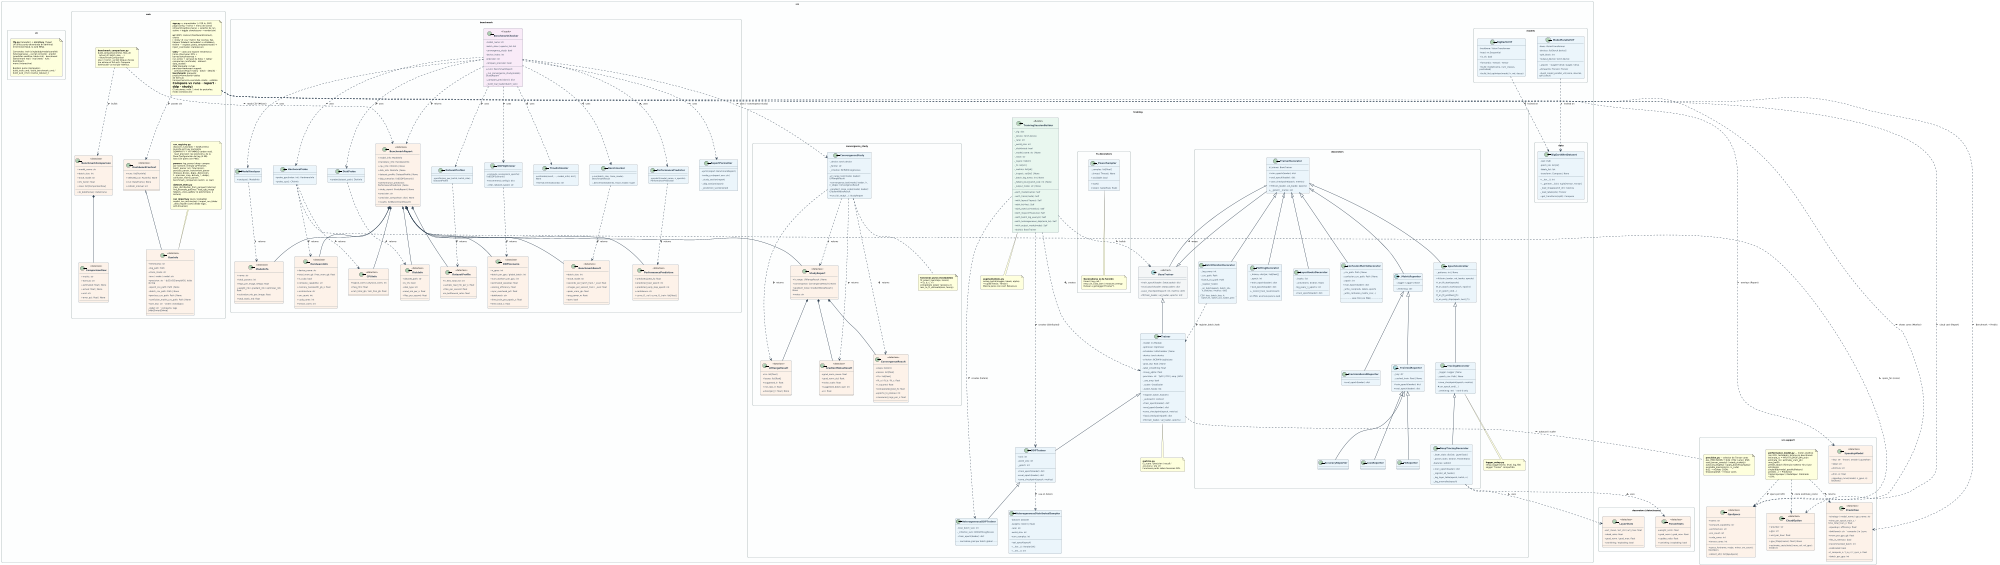
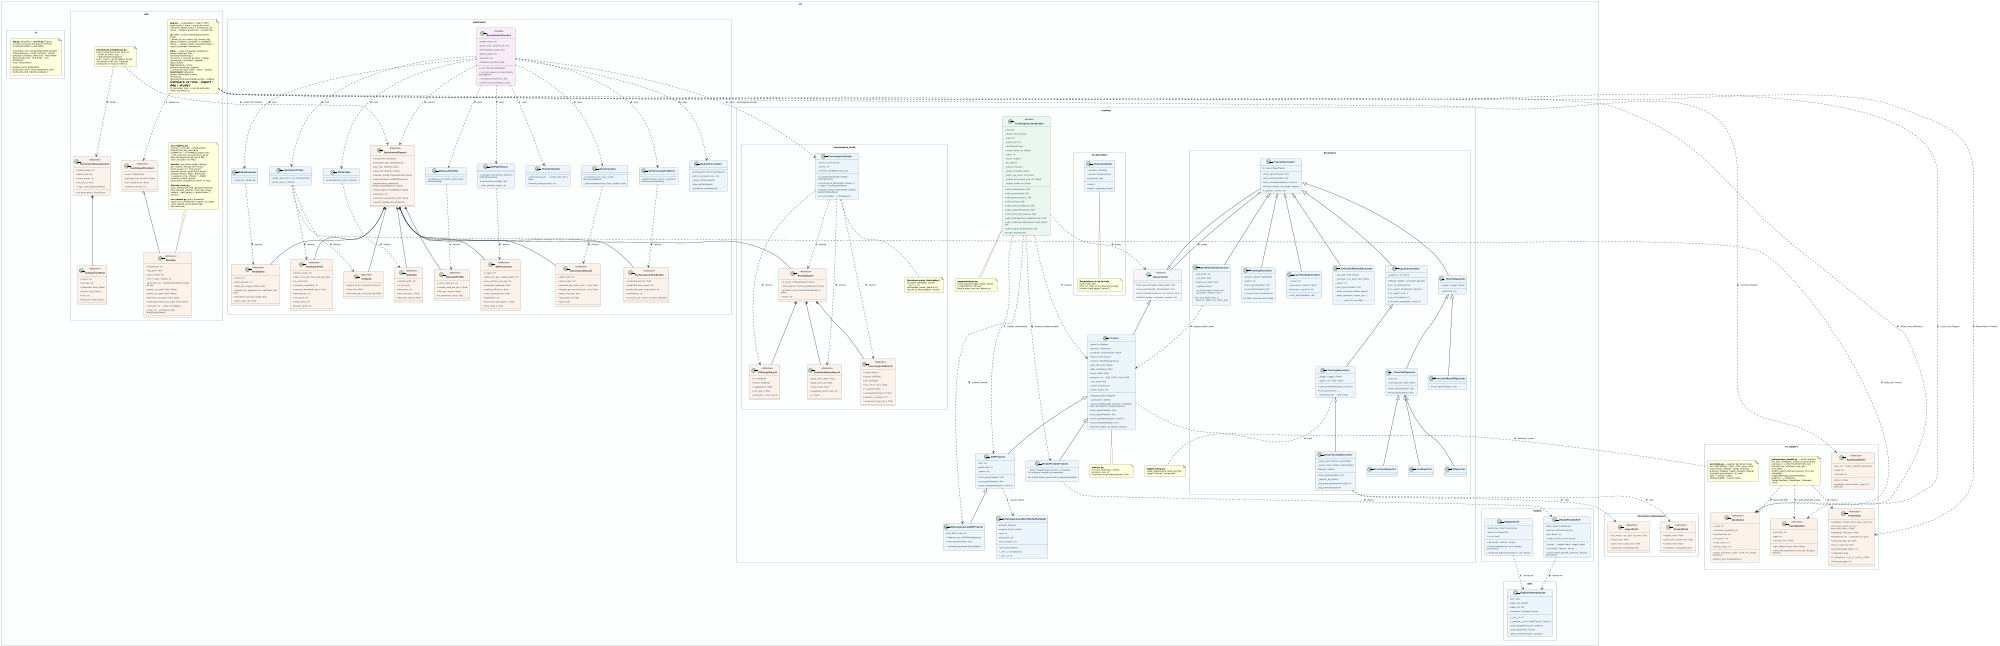
@startuml class_diagram
scale 2000 width
skinparam backgroundColor #FFFFFF
skinparam monochrome false
skinparam classAttributeIconSize 0
skinparam defaultFontName "DejaVu Sans"
skinparam defaultFontSize 9
skinparam classFontStyle bold
skinparam classFontSize 10
skinparam classHeaderBackgroundColor #1A5276
skinparam classBorderColor #2C3E50
skinparam classBackgroundColor #EBF5FB
skinparam arrowColor #2C3E50
skinparam arrowThickness 1.5
skinparam roundCorner 8
skinparam padding 4
skinparam nodesep 50
skinparam ranksep 55
skinparam wrapWidth 200
skinparam packageStyle rectangle
skinparam packageBorderColor #95A5A6
skinparam packageBackgroundColor #FDFEFE

' ════════════════════════════════════════════════════════════════
' PACKAGE: src.training
' ════════════════════════════════════════════════════════════════
package "src.training" #FDFEFE {

  abstract class BaseTrainer <<abstract>> {
    {abstract} + train_epoch(loader: DataLoader): dict
    {abstract} + eval_epoch(loader: DataLoader): dict
    {abstract} + save_checkpoint(epoch: int, metrics: dict)
    {abstract} + fit(train_loader, val_loader, epochs: int)
  }

  class Trainer {
    - model: nn.Module
    - optimizer: Optimizer
    - scheduler: LRScheduler | None
    - device: torch.device
    - criterion: BCEWithLogitsLoss
    - grad_clip: float | None
    - label_smoothing: float
    - mixup_alpha: float
    - precision: str  ' fp32 | tf32 | amp | bf16
    - _use_amp: bool
    - _scaler: GradScaler
    - _batch_hooks: list
    + register_batch_hook(fn)
    - _autocast(): context
+     - _place_model(model, device): nn.Module  ' hook: por defecto model.to(device)
    + train_epoch(loader): dict
    + eval_epoch(loader): dict
    + save_checkpoint(epoch, metrics)
    + load_checkpoint(path): dict
    + fit(train_loader, val_loader, epochs)
  }

  class DDPTrainer {
    - rank: int
    - world_size: int
    - _epoch: int
    ' precision reenviada a Trainer
    + train_epoch(loader): dict
    + eval_epoch(loader): dict
    + save_checkpoint(epoch, metrics)
  }

  class HeterogeneousDDPTrainer {
    - local_batch_size: int
    - _criterion_sum: BCEWithLogitsLoss
    + train_epoch(loader): dict
    .. normaliza grad por batch global ..
+   }
+ 
+   class ModelParallelTrainer {
+     ' modelo ya repartido entre GPUs (ModelParallelViT)
+     - _place_model(model, device): nn.Module  ' no mueve el modelo (ya repartido)
+     .. usa model.output_device para etiquetas/pérdida ..
  }

  class TrainingSessionBuilder <<Builder>> {
    - _cfg: dict
    - _device: torch.device
    - _rank: int
    - _world_size: int
    - _distributed: bool
    - _model_name: str | None
    - _trace: str
    - _layers: list[str]
    - _fn: list[str]
    - _metrics: list[str]
    - _inspect: set[str] | None
    - _batch_log_every: int | None
    - _hetero_local_batch_size: int | None
    - _output_mode: str | None
    + with_model(name): Self
    + with_trace(mode): Self
    + with_layers(*layers): Self
    + with_fn(*fns): Self
    + with_metrics(*metrics): Self
    + with_inspect(*features): Self
    + with_batch_log_every(n): Self
    + with_heterogeneous_ddp(local_bs): Self
+     + with_model_parallel(devices, split_block): Self
    + with_output_mode(mode): Self
    + build(): BaseTrainer
  }

  class HeterogeneousDistributedSampler {
    - dataset: Dataset
    - weights: list[int | float]
    - rank: int
    - world_size: int
    - num_samples: int
    + set_epoch(epoch)
    + __iter__(): Iterator[int]
    + __len__(): int
  }

  note as aug_note
    **augmentations.py**
    mixup_batch(images, labels, alpha)
    → tuple[Tensor, Tensor]
    Mezcla pares con coef. Beta(α,α).
  end note

  note as metrics_note
    **metrics.py**
    f1_score / precision / recall /
    accuracy / eta_str
    Funciones puras sobre tensores GPU.
  end note

  note as logger_note
    **logger_setup.py**
    setup_logger(name, level, log_file)
    Logger "trainer" compartido.
  end note

}

' ════════════════════════════════════════════════════════════════
' PACKAGE: src.training.convergence_study  (estudio empírico v4)
' ════════════════════════════════════════════════════════════════
package "src.training.convergence_study" #FDFEFE {

  class ConvergenceStudy {
    - _device: torch.device
    - _family: str
    - _criterion: BCEWithLogitsLoss
    + lr_range_test(model, loader): LRRangeResult
    + convergence_test(model, loader, lr, n_steps): ConvergenceResult
    + gradient_noise_scale(model, loader): GradientNoiseResult
    + run_full_study(...): StudyReport
  }

  class LRRangeResult <<dataclass>> {
    + lrs: list[float]
    + losses: list[float]
    + suggested_lr: float
    + min_loss_lr: float
    + diverged_lr: float | None
  }

  class ConvergenceResult <<dataclass>> {
    + steps: list[int]
    + losses: list[float]
    + f1s: list[float]
    + fit_a / fit_b / fit_c: float
    + r_squared: float
    + extrapolated_best_f1: float
    + epochs_to_plateau: int
    + measured_imgs_per_s: float
  }

  class GradientNoiseResult <<dataclass>> {
    + grad_norm_mean: float
    + grad_norm_std: float
    + noise_scale: float
    + suggested_batch_size: int
    + cv: float
  }

  class StudyReport <<dataclass>> {
    + lr_range: LRRangeResult | None
    + convergence: ConvergenceResult | None
    + gradient_noise: GradientNoiseResult | None
    + notes: str
  }

  note as fit_note
    **funciones puras (testeables)**
    fit_power_law(steps, losses)
    → (a, b, c, r²)
    extrapolate_power_law(a,b,c,t)
    loss_to_f1_estimate(loss, family)
  end note

}

' ════════════════════════════════════════════════════════════════
' PACKAGE: src.training.decorators
' ════════════════════════════════════════════════════════════════
package "src.training.decorators" #FDFEFE {

  class TrainerDecorator {
    # _trainer: BaseTrainer
    + train_epoch(loader): dict
    + eval_epoch(loader): dict
    + save_checkpoint(epoch, metrics)
    + fit(train_loader, val_loader, epochs)
    + __getattr__(name: str)
  }

  class EpochController {
    - _patience: int | None
    + fit(train_loader, val_loader, epochs)
    # _on_fit_start(epochs)
    # _on_epoch_start(epoch, epochs)
    # _on_epoch_end(...)
    # _on_fit_end(best_f1)
    # _on_early_stop(epoch, best_f1)
  }

  class TracingDecorator {
    - _logger: Logger | None
    - _epoch_csv: Path | None
    + save_checkpoint(epoch, metrics)
    # _on_epoch_end(...)
    - _emit(msg: str)  ' rank 0 only
  }

  class DeepTracingDecorator {
    - _layer_stats: dict[str, LayerStats]
    - _param_stats: dict[str, ParamStats]
    - features: set[str]
    + train_epoch(loader): dict
    - _register_all_hooks()
    - _log_layer_table(epoch, batch, n)
    - _log_anomalies(epoch)
  }

  class PlottingDecorator {
    - _history: dict[str, list[float]]
    - _epoch: int
    + train_epoch(loader): dict
    + eval_epoch(loader): dict
    + _record_train_result(result)
    .. sin PNG: acumula para la web ..
  }

  class LayerHooksDecorator {
    - _hooks: list
    - _activations: dict[str, float]
    - log_every_n_epochs: int
    + train_epoch(loader): dict
  }

  class ConfusionMatrixDecorator {
    - _csv_path: Path | None
    - _confusion_csv_path: Path | None
    - _epoch: int
    + eval_epoch(loader): dict
    - _write_csv(preds, labels, epoch)
    - _write_confusion_matrix_csv(...)
    .. solo CSV (sin PNG) ..
  }

  class BatchMonitorDecorator {
    - _log_every: int
    - _csv_path: Path
    + batch_csv_path: Path
    - _register_hook()
    - _on_batch(epoch, batch_idx,\n  n_batches, metrics: dict)
    .. CSV: loss, batch_loss, lr,\n  batch_f1, batch_acc, batch_prec ..
  }

  abstract class _MetricReporter {
    - _logger: Logger | None
    - _emit(msg: str)
  }

  abstract class _TrainValReporter {
    - _key: str
    - _cached_train: float | None
    + train_epoch(loader): dict
    + eval_epoch(loader): dict
  }

  class LossReporter
  class F1Reporter
  class AccuracyReporter
  class PrecisionRecallReporter {
    + eval_epoch(loader): dict
  }

}

' ════════════════════════════════════════════════════════════════
' PACKAGE: src.training.decorators — dataclasses internas
' ════════════════════════════════════════════════════════════════
package "decorators (dataclasses)" #FDFEFE {

  class LayerStats <<dataclass>> {
    + act_mean / act_std / act_max: float
    + dead_ratio: float
    + grad_norm / grad_max: float
    + vanishing / exploding: bool
  }

  class ParamStats <<dataclass>> {
    + weight_norm: float
    + grad_norm / grad_max: float
    + update_ratio: float
    + vanishing / exploding: bool
  }

}

' ════════════════════════════════════════════════════════════════
' PACKAGE: src.training.fn_decorators
' ════════════════════════════════════════════════════════════════
package "src.training.fn_decorators" #FDFEFE {

  class _PowerSampler {
    - _samples: list[float]
    - _thread: Thread | None
    + available: bool
    + start()
    + stop(): tuple[float, float]
  }

  note as fn_note
    **Decoradores @ de función**
    timed / log_call /
    retry_on_cuda_oom / measure_energy
    Rutean a getLogger("trainer").
  end note

  _PowerSampler .. fn_note

}

' ════════════════════════════════════════════════════════════════
' PACKAGE: src.models / src.data
' ════════════════════════════════════════════════════════════════
package "src.models" #FDFEFE {
  class BigEarthViT {
    - backbone: VisionTransformer
    - head: nn.Sequential
    + is_vit: bool
    + forward(x: Tensor): Tensor
    + build_model(name, num_classes, pretrained)
    + build_llrd_optimizer(model, lr, wd, decay)
  }

  class ModelParallelViT {
    ' paralelismo de modelo (pipeline naive)
    - base: VisionTransformer
    - devices: list[torch.device]
    - split_block: int
    + output_device: torch.device
    - _place()  ' stage0→dev0, stage1→dev1
    + forward(x: Tensor): Tensor
    + build_model_parallel_vit(name, devices, split_block)
  }
}

' ════════════════════════════════════════════════════════════════
' PACKAGE: src (módulos de soporte — benchmark/web)
' ════════════════════════════════════════════════════════════════
package "src.support" as support #FDFEFE {

  class GpuSpecs <<dataclass>> {
    + name: str
    + compute_capability: str
    + architecture: str
    + sm_count: int
    + cuda_cores: int
    + tensor_cores: int
    + specs_for(name, major, minor, sm_count): GpuSpecs
    + detect_all(): list[GpuSpecs]
  }

  class SpeedupModel <<dataclass>> {
    + key: str  ' linear | amdahl | gustafson
    + label: str
    + formula: str
    + fn(n, s): float
    + speedup_curve(model, n_gpus, s): list[float]
  }

  class CloudOption <<dataclass>> {
    + provider: str
    + gpu: str
    + usd_per_hour: float
    + gpu_tflops(name): float | None
    + estimate_costs(total_hours_ref, ref_gpu): list[dict]
  }

  class Prediction <<dataclass>> {
    ' src.performance_model — predictor analítico
    + strategy / model_name / gpu_name: str
    + time_per_epoch_train_s / time_total_train_s: float
    + speedup / efficiency: float
    + bottleneck: str  ' compute | io | sync
    + vram_per_gpu_gb: float
    + fits_in_memory: bool
    + recommended_batch: int
    + calibrated: bool
    + t_compute_s / t_io_s / t_sync_s: float
    + batch_per_gpu: int
  }

  note as perfmodel_note
    **performance_model.py** — motor analítico
    (sin GPU, testeable). Estima sin benchmark:
    estimate_rc = MFU·TFLOPS/FLOPs_train
    estimate_rio / estimate_vram_gb / max_batch
    predict_epoch (fórmula maestra T(n,π) por
    estrategia: single/ddp/model_parallel/hetero)
    predict(...) → Prediction
    Tablas GpuSpec / ModelSpec. Calibrado <10%.
  end note

  note as precision_note
    **precision.py** — selector de Tensor cores
    ALL_PRECISIONS = fp32 | tf32 | amp | bf16
    uses_tensor_cores(p) / needs_scaler(p)
    autocast_dtype(p) / apply_backend_flags(p)
    available_precisions(cc, is_cuda)
    fp32 → núcleos CUDA;
    tf32/amp/bf16 → Tensor cores
  end note
}

package "src.data" #FDFEFE {
  class BigEarthNetDataset {
    - root: Path
    - patch_ids: list[str]
    - labels_list: list
    - transform: Compose | None
    + __len__(): int
    + __getitem__(idx): tuple[Tensor, Tensor]
    - _load_image(patch_dir): ndarray
    - _load_labels(idx): Tensor
    + get_transforms(split): Compose
  }
}

' ════════════════════════════════════════════════════════════════
' PACKAGE: src.benchmark (SRP package; scripts/benchmark.py is now a thin CLI)
' ════════════════════════════════════════════════════════════════
package "src.benchmark" #FDFEFE {

  class ModelInfo <<dataclass>> {
    + name: str
    + total_params: int
    + flops_per_image_mflops: float
    + weight_mb / gradient_mb / optimizer_mb: float
    + activation_mb_per_image: float
    + total_static_mb: float
  }

  class HardwareInfo <<dataclass>> {
    + device_name: str
    + total_vram_gb / free_vram_gb: float
    + is_cuda: bool
    + compute_capability: str
    + memory_bandwidth_gb_s: float
    + architecture: str
    + sm_count: int
    + cuda_cores: int
    + tensor_cores: int
  }

  class CPUInfo <<dataclass>> {
    + logical_cores / physical_cores: int
    + freq_mhz: float
    + ram_total_gb / ram_free_gb: float
  }

  class DiskInfo <<dataclass>> {
    + dataset_path: str
    + is_nfs: bool
    + disk_type: str
    + read_mb_per_s: float
    + files_per_second: float
  }

  class DatasetProfile <<dataclass>> {
    + n_files_total_est: int
    + sample_read_mb_per_s: float
    + files_per_second: float
    + io_bottleneck_ratio: float
  }

  class DDPScenario <<dataclass>> {
    + n_gpus: int
    + batch_per_gpu / global_batch: int
    + num_workers_per_gpu: int
    + estimated_speedup: float
    + scaling_efficiency: float
    + sync_overhead_pct: float
    + bottleneck: str
    + time_train_per_epoch_s: float
    + time_total_s: float
  }

  class PerformancePrediction <<dataclass>> {
    + predicted_best_f1: float
    + predicted_best_epoch: int
    + predicted_early_stop_epoch: int
    + confidence: str
    + curve_f1_val / curve_f1_train: list[float]
  }

  class BenchmarkResult <<dataclass>> {
    + batch_size: int
    + trace_mode: str
    + seconds_per_batch_train / _eval: float
    + images_per_second_train / _eval: float
    + peak_vram_gb: float
    + avg_power_w: float
    + oom: bool
  }

  class BenchmarkReport <<dataclass>> {
    + model_info: ModelInfo
    + hardware_info: HardwareInfo
    + cpu_info: CPUInfo | None
    + disk_info: DiskInfo | None
    + dataset_profile: DatasetProfile | None
    + ddp_scenarios: list[DDPScenario]
    + performance_prediction: PerformancePrediction | None
    + study_report: StudyReport | None
    + precision: str
    + precision_comparison: dict | None
    + results: list[BenchmarkResult]
  }

  class ModelAnalyzer {
    + analyze(): ModelInfo
  }
  class HardwareProbe {
    + probe_gpu(index: int): HardwareInfo
    + probe_cpu(): CPUInfo
  }
  class DiskProbe {
    + probe(dataset_path): DiskInfo
  }
  class DatasetProfiler {
    + profile(sec_per_batch, batch_size): DatasetProfile
  }
  class Benchmarker {
    + run(batch_size, trace_mode): BenchmarkResult
    - _benchmark(batches, trace_mode): tuple
  }
  class TimeEstimator {
    + estimate(result, ..., model_info): dict | None
    + format_time(seconds): str
  }
  class DDPOptimizer {
    + compute_scenarios(n_epochs): list[DDPScenario]
    + recommend_config(): dict
    - _infer_network_type(): str
  }
  class PerformancePredictor {
    + predict(model_name, n_epochs): PerformancePrediction
  }
  class ReportFormatter {
    + print(report: BenchmarkReport)
    + write_csv(report, env: str)
    - _study_section(report)
    - _ddp_section(report)
    - _prediction_section(pred)
  }
  class BenchmarkChecker <<Facade>> {
    - model_name: str
    - batch_sizes / epochs_list: list
    - convergence_study: bool
    - device_index: int
    - precision: str
    - compare_precision: bool
    + run(): BenchmarkReport
    - _run_convergence_study(model): StudyReport
    - _compare_precisions(): dict
    - _build_real_loader(batch_size)
  }

}

' ════════════════════════════════════════════════════════════════
' PACKAGE: src.web
' ════════════════════════════════════════════════════════════════
package "src.web" #FDFEFE {

  class RunInfo <<dataclass>> {
    + timestamp: str
    + log_path: Path
    + trace_mode: str
    + env / mode / model: str
    + precision: str  ' fp32/tf32/amp/bf16, leída del log
    + epoch_csv_path: Path | None
    + batch_csv_path: Path | None
    + perclass_csv_path: Path | None
    + confusion_matrix_csv_path: Path | None
    + sort_key: str  ' orden cronológico
    + label: str  ' compacto, tags [ddp]/[amp]/[deep]
  }

  class BenchmarkComparison <<dataclass>> {
    + model_name: str
    + batch_size: int
    + trace_mode: str
    + nfs_factor: float
    + rows: list[ComparisonRow]
    + to_dataframe(): DataFrame
  }

  class ComparisonRow <<dataclass>> {
    + metric: str
    + formula: str
    + estimated: float | None
    + actual: float | None
    + unit: str
    + error_pct: float | None
  }

  note as cmp_note
    **benchmark_comparison.py**
    build_comparison(meta, feas_df,
      actual_df, batch_size, ...)
    → BenchmarkComparison
    Usa n_train/n_val del bloque #sizes
    (no asume el full set). Compara
    estimación vs real por métrica.
  end note

  class DashboardContext <<dataclass>> {
    ' src.web.ui.context — estado compartido (ctx)
    + runs: list[RunInfo]
    + selected_run: RunInfo | None
    + run: DataFrame | None
    + refresh_interval: int
  }

  note as web_note
    **run_registry.py**
    discover_runs(root) → list[RunInfo]
    RunInfo.sort_key normaliza
    DDMMYYYY → YYYYMMDD (orden real).
    _read_precision: lee precision= de la
    línea Configuración del log (4 KB).
    Solo CSV paths (sin PNG).

    **parsers**: log_parser (deep: campos
    por nombre; energía \w*Trainer),
    batch_parser (v3: f1/acc/prec),
    perclass_parser, benchmark_parser
    (bloques #sizes, #gpu, #precision,
    #precision_cmp, #study_*, #ddp),
    confusion_matrix_parser,
    benchmark_comparison (estim. vs real)

    **dataset_stats.py**
    class_distribution_from_parquet (ndarray)
    find_example_patches / load_rgb_image
    helpers._class_gallery (1 patch/clase, 1 lectura)

    **run_import.py** (puro, testeable)
    import_run_archive(zip) / import_run_folder
    _dest_relpath (corta desde logs/, anti-traversal)
  end note

  note as web_arch_note
    **app.py** — orquestador (~220 ln, SRP)
    page config + tema + menú de iconos
    (streamlit-option-menu) + selector de run
    activo + toggle claro/oscuro → render(ctx)

    **ui/** (SRP): context (DashboardContext),
    charts (_show/_dl_csv/_metric_fig/_overlay_fig),
    helpers (loaders cacheados + utilidades),
    theme — register_plotly_template(mode) +
    inject_css(mode): claro/oscuro

    **tabs/** — cada uno expone render(ctx):
    home (Overview: KPIs + barras/tarta/treemap +
    run activo + carrusel de fotos + tabla) ·
    comparison (unificado) · dataset · data_models ·
    **run/** (paquete: curves · perclass=heatmap+support
    · confusions=top+matriz · batch · details) ·
    **benchmark/** (paquete: predict=formulario+tablas
    de fórmula tiempo/memoria+escalado+coste · validate
    =Compare vs runs · report · ddp · study)
    (5 secciones, máx. 1 nivel de pestañas; modo claro/oscuro)
  end note

}

' ════════════════════════════════════════════════════════════════
' PACKAGE: src.cli (CLI unificado tipo `tfg <comando>`)
' ════════════════════════════════════════════════════════════════
package "src.cli" #FDFEFE {
  note as cli_note
    **tfg.py** (lanzador) + **src/cli.py** (Typer)
    Un único punto de entrada en terminal:
    el terminal HACE, la web MIRA.

    Comandos: train (single/ddp/model-parallel/
    heterogeneous → script correcto) · predict
    (predictor analítico, tabla rich) · benchmark
    (benchmark real) · eval (test) · runs · dashboard ·
    menu (interactivo)

    Builders puros (testeados):
    build_train_cmd / build_benchmark_cmd /
    build_eval_cmd / resolve_dataset_n
  end note
}

' ════════════════════════════════════════════════════════════════
' RELACIONES DE HERENCIA
' ════════════════════════════════════════════════════════════════

BaseTrainer <|-- Trainer
Trainer <|-- DDPTrainer
DDPTrainer <|-- HeterogeneousDDPTrainer
+ Trainer <|-- ModelParallelTrainer
BaseTrainer <|-- TrainerDecorator

TrainerDecorator <|-- EpochController
TrainerDecorator <|-- PlottingDecorator
TrainerDecorator <|-- LayerHooksDecorator
TrainerDecorator <|-- ConfusionMatrixDecorator
TrainerDecorator <|-- BatchMonitorDecorator
TrainerDecorator <|-- _MetricReporter

EpochController <|-- TracingDecorator
TracingDecorator <|-- DeepTracingDecorator

_MetricReporter <|-- _TrainValReporter
_MetricReporter <|-- PrecisionRecallReporter
_TrainValReporter <|-- LossReporter
_TrainValReporter <|-- F1Reporter
_TrainValReporter <|-- AccuracyReporter

' ════════════════════════════════════════════════════════════════
' RELACIONES DE COMPOSICIÓN / DEPENDENCIA
' ════════════════════════════════════════════════════════════════

TrainerDecorator o-- BaseTrainer : wraps >

TrainingSessionBuilder ..> BaseTrainer : builds >
TrainingSessionBuilder ..> Trainer : creates >
TrainingSessionBuilder ..> DDPTrainer : creates (distributed) >
TrainingSessionBuilder ..> HeterogeneousDDPTrainer : creates (hetero) >
+ TrainingSessionBuilder ..> ModelParallelTrainer : creates (model-parallel) >
TrainingSessionBuilder ..> aug_note : uses >

DDPTrainer ..> HeterogeneousDistributedSampler : usa en hetero >

DeepTracingDecorator ..> LayerStats : uses >
DeepTracingDecorator ..> ParamStats : uses >
BatchMonitorDecorator ..> Trainer : register_batch_hook >

ConvergenceStudy ..> LRRangeResult : returns >
ConvergenceStudy ..> ConvergenceResult : returns >
ConvergenceStudy ..> GradientNoiseResult : returns >
ConvergenceStudy ..> StudyReport : returns >
ConvergenceStudy .. fit_note
StudyReport *-- LRRangeResult
StudyReport *-- ConvergenceResult
StudyReport *-- GradientNoiseResult

BenchmarkChecker ..> ModelAnalyzer : uses >
BenchmarkChecker ..> HardwareProbe : uses >
BenchmarkChecker ..> DiskProbe : uses >
BenchmarkChecker ..> DatasetProfiler : uses >
BenchmarkChecker ..> Benchmarker : uses >
BenchmarkChecker ..> TimeEstimator : uses >
BenchmarkChecker ..> DDPOptimizer : uses >
BenchmarkChecker ..> PerformancePredictor : uses >
BenchmarkChecker ..> ReportFormatter : uses >
BenchmarkChecker ..> ConvergenceStudy : uses (--convergence-study) >

ModelAnalyzer ..> ModelInfo : returns >
HardwareProbe ..> HardwareInfo : returns >
HardwareProbe ..> GpuSpecs : specs_for (cores) >
HardwareProbe ..> CPUInfo : returns >
DiskProbe ..> DiskInfo : returns >
DatasetProfiler ..> DatasetProfile : returns >
Benchmarker ..> BenchmarkResult : returns >
DDPOptimizer ..> DDPScenario : returns >
PerformancePredictor ..> PerformancePrediction : returns >
BenchmarkChecker ..> BenchmarkReport : returns >

BenchmarkReport *-- ModelInfo
BenchmarkReport *-- HardwareInfo
BenchmarkReport *-- CPUInfo
BenchmarkReport *-- DiskInfo
BenchmarkReport *-- DatasetProfile
BenchmarkReport *-- DDPScenario
BenchmarkReport *-- PerformancePrediction
BenchmarkReport *-- BenchmarkResult
BenchmarkReport o-- StudyReport

BigEarthViT ..> BigEarthNetDataset : trained on >
ModelParallelViT ..> BigEarthNetDataset : trained on >
+ ModelParallelTrainer ..> ModelParallelViT : drives >

Trainer ..> metrics_note : uses >
Trainer ..> precision_note : autocast / scaler >
TracingDecorator ..> logger_note : uses >
web_note ..> RunInfo : creates >

' ── web modular (SRP): orquestador + ui/ + tabs/ ──
web_arch_note ..> DashboardContext : passes ctx >
DashboardContext o-- RunInfo
web_arch_note ..> SpeedupModel : overlays (Report) >
web_arch_note ..> CloudOption : cloud cost (Report) >
web_arch_note ..> GpuSpecs : shows cores (Monitor) >
web_arch_note ..> Prediction : Benchmark → Predict >
perfmodel_note ..> Prediction : returns >
perfmodel_note ..> GpuSpecs : specs por GPU >
perfmodel_note ..> CloudOption : coste (estimate_costs) >

BenchmarkComparison *-- ComparisonRow
cmp_note ..> BenchmarkComparison : builds >
cmp_note ..> BenchmarkReport : reads CSV (#sizes) >

' ════════════════════════════════════════════════════════════════
' ESTILOS POR TIPO
' ════════════════════════════════════════════════════════════════

skinparam class {
  HeaderBackgroundColor #1A5276
  BackgroundColor #EBF5FB
  BorderColor #2C3E50
  FontColor #FFFFFF
  AttributeFontColor #2C3E50
}

skinparam class<<abstract>> {
  HeaderBackgroundColor #1B2631
  BackgroundColor #F4F6F7
}

skinparam class<<dataclass>> {
  HeaderBackgroundColor #6E2F04
  BackgroundColor #FDF2E9
}

skinparam class<<Facade>> {
  HeaderBackgroundColor #512E5F
  BackgroundColor #F9EBF8
}

skinparam class<<Builder>> {
  HeaderBackgroundColor #145A32
  BackgroundColor #E9F7EF
}

@enduml
